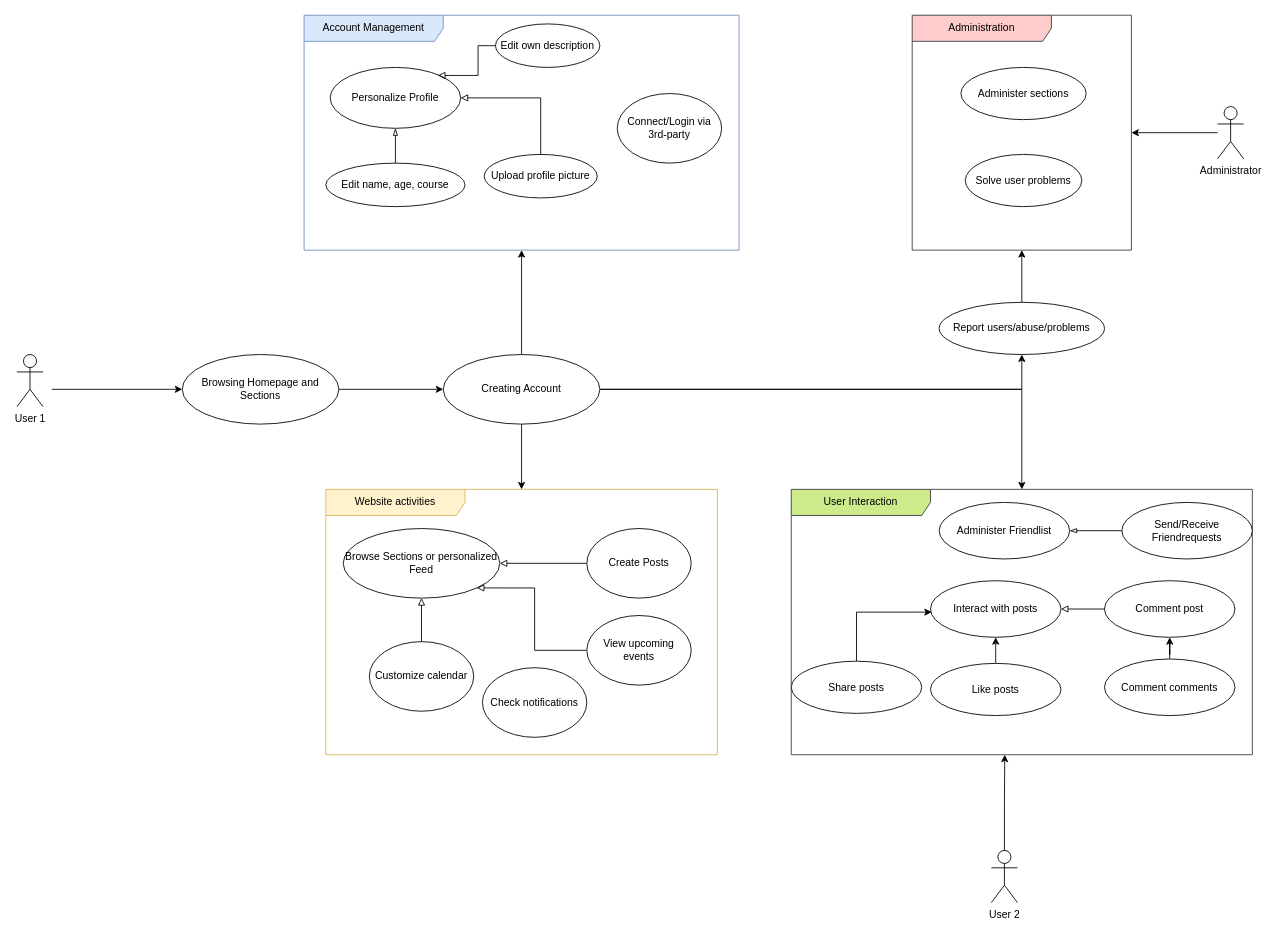
SE-TINF22B6/DHBWhub keeps this draw.io diagram as docs/UsecaseDiagramGeneral.drawio. Above is the earlier version. Source tidied: cells renumbered, new cells numbered last; positions are measured from the earlier drawing's top-left corner, leaving out a move shared by most shapes. Both pictures are drawn from the tidied source at 87%, with x=0, y=0 at pixel (17, 15).
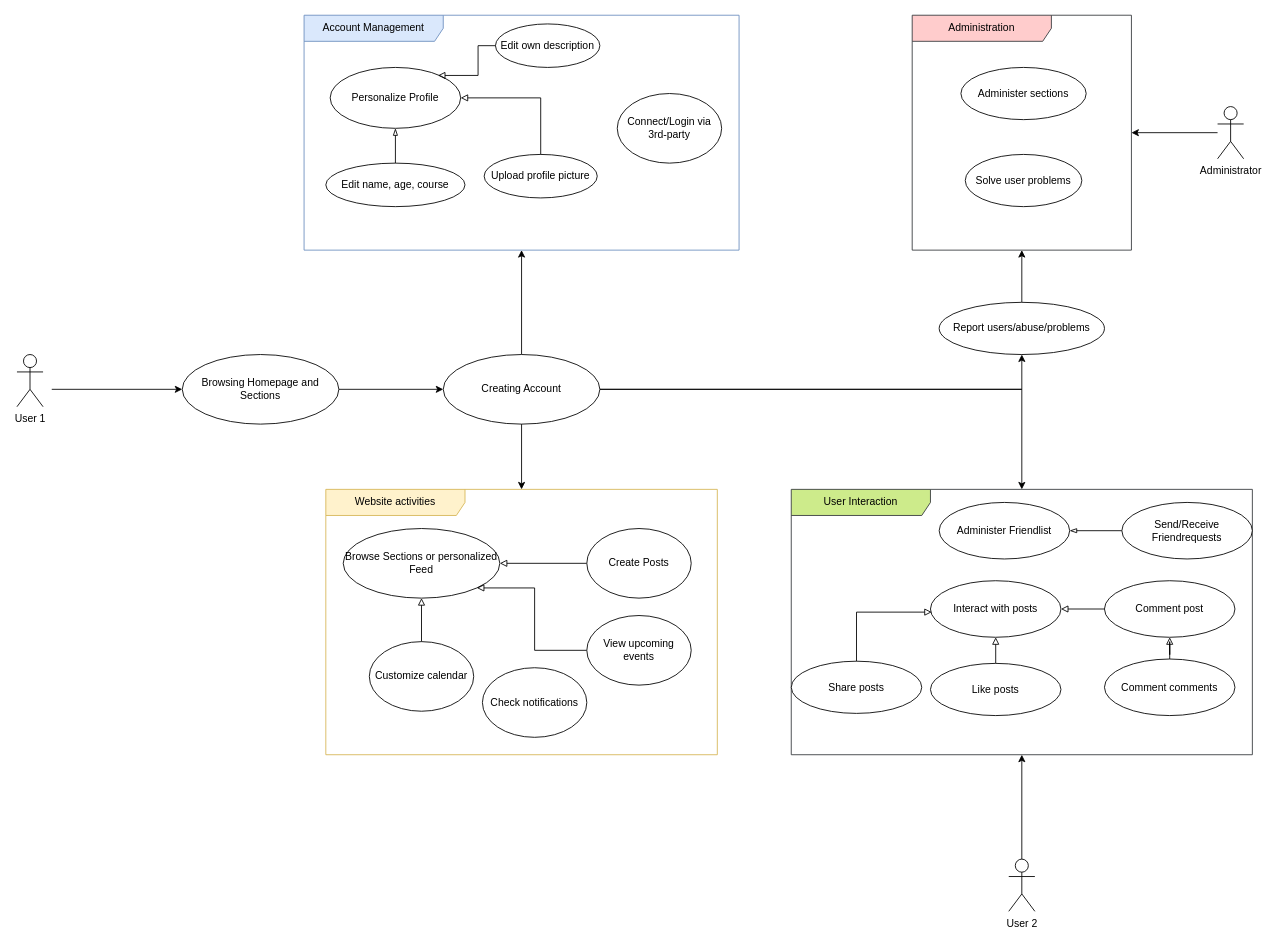
After the change.

Unchanged cells that the change refers to:
```xml
<mxCell id="11" value="User Interaction" style="shape=umlFrame;whiteSpace=wrap;html=1;width=160;fillColor=#cdeb8b;strokeColor=#36393d;" parent="1" vertex="1">
  <mxGeometry x="890" y="545" width="530" height="305" as="geometry" />
</mxCell>
<mxCell id="15" value="Interact with posts" style="ellipse;whiteSpace=wrap;html=1;" parent="11" vertex="1">
  <mxGeometry x="160" y="105" width="150" height="65" as="geometry" />
</mxCell>
<mxCell id="17" value="Comment post" style="ellipse;whiteSpace=wrap;html=1;" parent="11" vertex="1">
  <mxGeometry x="360" y="105" width="150" height="65" as="geometry" />
</mxCell>
<mxCell id="19" value="Comment comments" style="ellipse;whiteSpace=wrap;html=1;" parent="11" vertex="1">
  <mxGeometry x="360" y="195" width="150" height="65" as="geometry" />
</mxCell>
<mxCell id="21" value="Like posts" style="ellipse;whiteSpace=wrap;html=1;" parent="11" vertex="1">
  <mxGeometry x="160" y="200" width="150" height="60" as="geometry" />
</mxCell>
<mxCell id="22" value="Share posts" style="ellipse;whiteSpace=wrap;html=1;" parent="11" vertex="1">
  <mxGeometry y="197.5" width="150" height="60" as="geometry" />
</mxCell>
```

The edit, as a diff of the source:
```diff
@@
-    <mxCell id="18" style="edgeStyle=orthogonalEdgeStyle;rounded=0;jettySize=auto;html=1;" parent="11" edge="1" source="19" target="17">
+    <mxCell id="18" style="edgeStyle=orthogonalEdgeStyle;rounded=0;jettySize=auto;html=1;endArrow=block;endFill=0;" parent="11" edge="1" source="19" target="17">
       <mxGeometry relative="1" as="geometry" />
     </mxCell>
@@
-    <mxCell id="20" style="edgeStyle=orthogonalEdgeStyle;rounded=0;jettySize=auto;html=1;exitX=0.5;exitY=0;exitDx=0;exitDy=0;entryX=0.5;entryY=1;entryDx=0;entryDy=0;" parent="11" edge="1" source="21" target="15">
+    <mxCell id="20" style="edgeStyle=orthogonalEdgeStyle;rounded=0;jettySize=auto;html=1;exitX=0.5;exitY=0;exitDx=0;exitDy=0;entryX=0.5;entryY=1;entryDx=0;entryDy=0;endArrow=block;endFill=0;" parent="11" edge="1" source="21" target="15">
       <mxGeometry relative="1" as="geometry" />
     </mxCell>
@@
-    <mxCell id="23" style="edgeStyle=orthogonalEdgeStyle;rounded=0;jettySize=auto;html=1;exitX=0.5;exitY=0;exitDx=0;exitDy=0;entryX=0.01;entryY=0.555;entryDx=0;entryDy=0;entryPerimeter=0;" parent="11" edge="1" source="22" target="15">
+    <mxCell id="23" style="edgeStyle=orthogonalEdgeStyle;rounded=0;jettySize=auto;html=1;exitX=0.5;exitY=0;exitDx=0;exitDy=0;entryX=0.01;entryY=0.555;entryDx=0;entryDy=0;entryPerimeter=0;endArrow=block;endFill=0;" parent="11" edge="1" source="22" target="15">
       <mxGeometry relative="1" as="geometry">
         <Array as="points">
           <mxPoint x="75" y="141" />
         </Array>
       </mxGeometry>
     </mxCell>
@@
+    <mxCell id="46" style="edgeStyle=orthogonalEdgeStyle;rounded=0;jettySize=auto;html=1;" parent="1" edge="1" source="45" target="11">
+      <mxGeometry relative="1" as="geometry" />
+    </mxCell>
     <mxCell id="45" value="User 2" style="shape=umlActor;verticalLabelPosition=bottom;verticalAlign=top;html=1;" parent="1" vertex="1">
-      <mxGeometry x="1120" y="960" width="30" height="60" as="geometry" />
+      <mxGeometry x="1140" y="970" width="30" height="60" as="geometry" />
     </mxCell>
-    <mxCell id="46" style="edgeStyle=orthogonalEdgeStyle;rounded=0;jettySize=auto;html=1;entryX=0.463;entryY=1;entryDx=0;entryDy=0;entryPerimeter=0;" parent="1" edge="1" source="45" target="11">
-      <mxGeometry relative="1" as="geometry" />
-    </mxCell>
```
